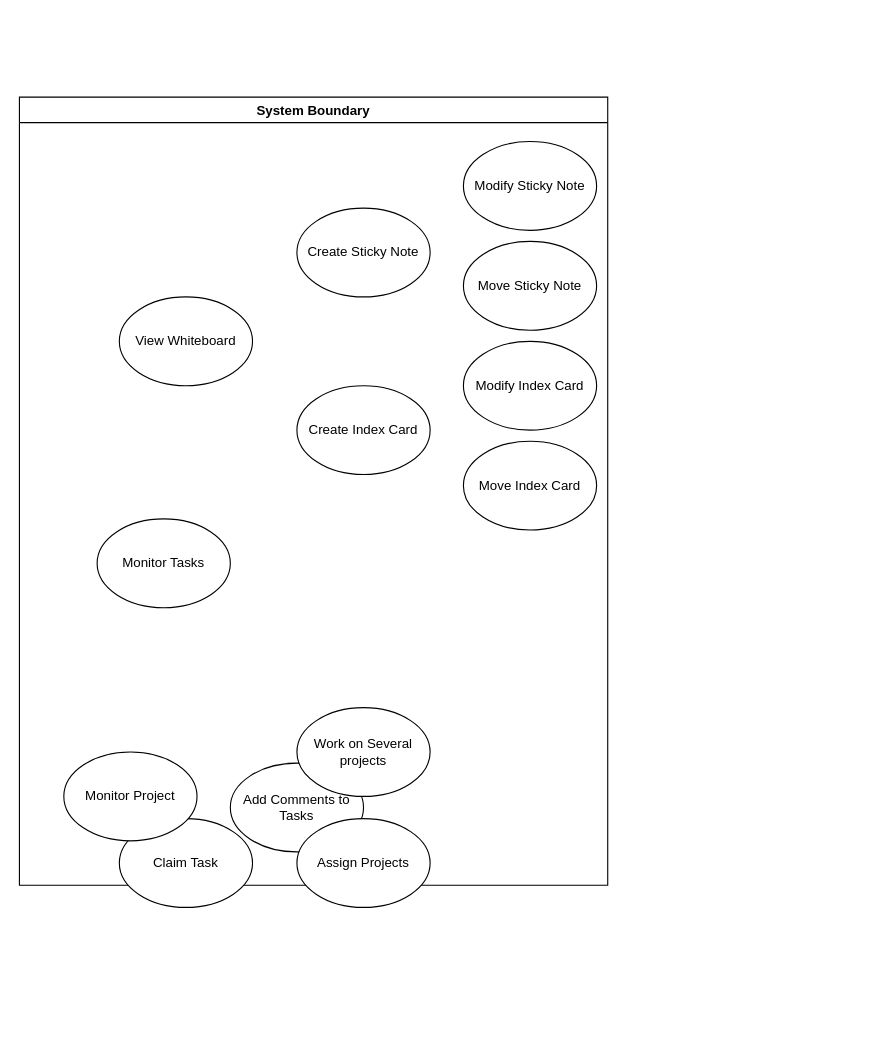
The draw.io diagram Untitled Diagram.drawio in ChessPR/BrdPL, before the edit. Source tidied: cells renumbered, new cells numbered last; positions are measured from the earlier drawing's top-left corner, leaving out a move shared by most shapes. Both pictures are drawn from the tidied source at 111%, with x=0, y=0 at pixel (19, 97).
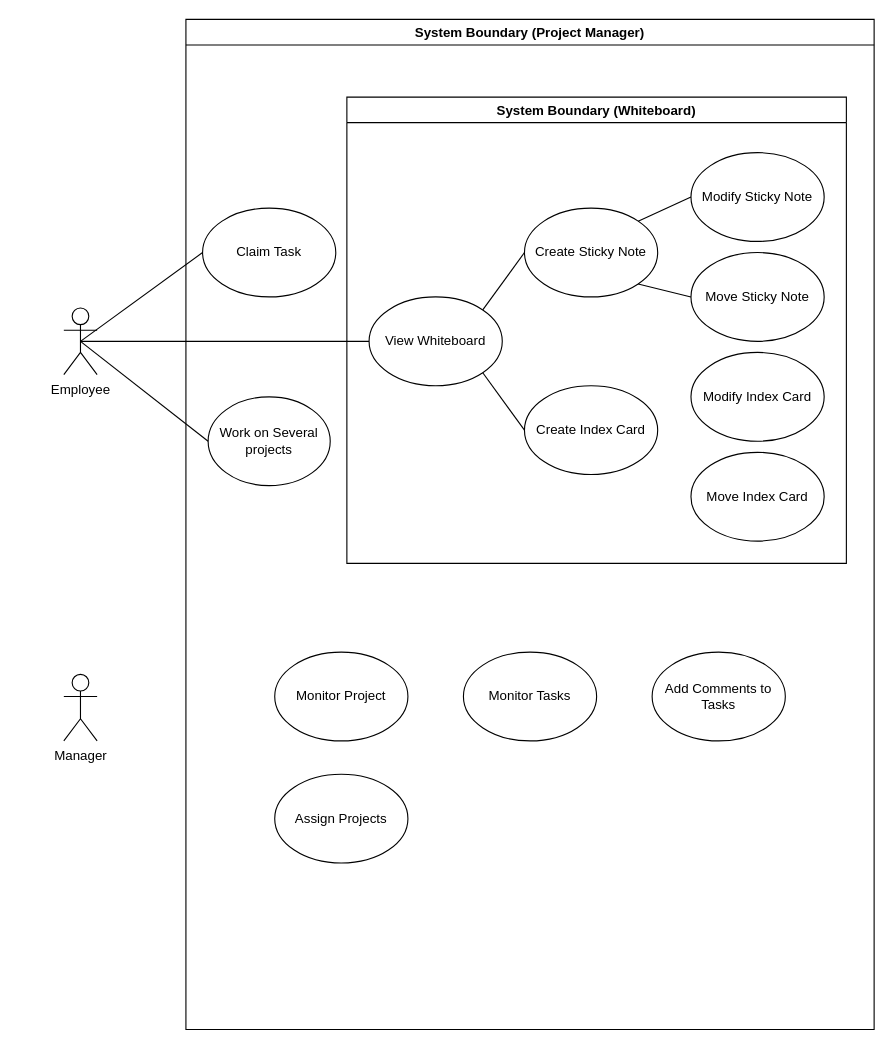
Above is the later version.

Diff of the diagram source:
```diff
@@
+    <mxCell id="16" value="System Boundary (Project Manager)" style="swimlane;" parent="1" vertex="1">
+      <mxGeometry x="150" y="-70" width="620" height="910" as="geometry" />
+    </mxCell>
+    <mxCell id="15" value="Monitor Project" style="ellipse;whiteSpace=wrap;html=1;" parent="16" vertex="1">
+      <mxGeometry x="80" y="570" width="120" height="80" as="geometry" />
+    </mxCell>
+    <mxCell id="10" value="Monitor Tasks" style="ellipse;whiteSpace=wrap;html=1;" parent="16" vertex="1">
+      <mxGeometry x="250" y="570" width="120" height="80" as="geometry" />
+    </mxCell>
+    <mxCell id="11" value="Add Comments to Tasks" style="ellipse;whiteSpace=wrap;html=1;" parent="16" vertex="1">
+      <mxGeometry x="420" y="570" width="120" height="80" as="geometry" />
+    </mxCell>
+    <mxCell id="14" value="Assign Projects" style="ellipse;whiteSpace=wrap;html=1;" parent="16" vertex="1">
+      <mxGeometry x="80" y="680" width="120" height="80" as="geometry" />
+    </mxCell>
+    <mxCell id="13" value="Work on Several projects" style="ellipse;whiteSpace=wrap;html=1;" parent="16" vertex="1">
+      <mxGeometry x="20" y="340" width="110" height="80" as="geometry" />
+    </mxCell>
+    <mxCell id="12" value="Claim Task" style="ellipse;whiteSpace=wrap;html=1;" parent="16" vertex="1">
+      <mxGeometry x="15" y="170" width="120" height="80" as="geometry" />
+    </mxCell>
-    <mxCell id="2" value="System Boundary" style="swimlane;startSize=23;" parent="1" vertex="1">
-      <mxGeometry width="530" height="710" as="geometry" />
+    <mxCell id="2" value="System Boundary (Whiteboard)" style="swimlane;startSize=23;" parent="16" vertex="1">
+      <mxGeometry x="145" y="70" width="450" height="420" as="geometry" />
     </mxCell>
     <mxCell id="3" value="Create Index Card" style="ellipse;whiteSpace=wrap;html=1;" parent="2" vertex="1">
-      <mxGeometry x="250" y="260" width="120" height="80" as="geometry" />
+      <mxGeometry x="160" y="260" width="120" height="80" as="geometry" />
     </mxCell>
     <mxCell id="4" value="Move Sticky Note" style="ellipse;whiteSpace=wrap;html=1;" parent="2" vertex="1">
-      <mxGeometry x="400" y="130" width="120" height="80" as="geometry" />
+      <mxGeometry x="310" y="140" width="120" height="80" as="geometry" />
     </mxCell>
     <mxCell id="5" value="Move Index Card" style="ellipse;whiteSpace=wrap;html=1;" parent="2" vertex="1">
-      <mxGeometry x="400" y="310" width="120" height="80" as="geometry" />
+      <mxGeometry x="310" y="320" width="120" height="80" as="geometry" />
     </mxCell>
     <mxCell id="6" value="Create Sticky Note" style="ellipse;whiteSpace=wrap;html=1;" parent="2" vertex="1">
-      <mxGeometry x="250" y="100" width="120" height="80" as="geometry" />
+      <mxGeometry x="160" y="100" width="120" height="80" as="geometry" />
     </mxCell>
     <mxCell id="7" value="Modify Sticky Note" style="ellipse;whiteSpace=wrap;html=1;" parent="2" vertex="1">
-      <mxGeometry x="400" y="40" width="120" height="80" as="geometry" />
+      <mxGeometry x="310" y="50" width="120" height="80" as="geometry" />
     </mxCell>
     <mxCell id="8" value="Modify Index Card" style="ellipse;whiteSpace=wrap;html=1;" parent="2" vertex="1">
-      <mxGeometry x="400" y="220" width="120" height="80" as="geometry" />
+      <mxGeometry x="310" y="230" width="120" height="80" as="geometry" />
     </mxCell>
     <mxCell id="9" value="View Whiteboard" style="ellipse;whiteSpace=wrap;html=1;" parent="2" vertex="1">
-      <mxGeometry x="90" y="180" width="120" height="80" as="geometry" />
+      <mxGeometry x="20" y="180" width="120" height="80" as="geometry" />
     </mxCell>
-    <mxCell id="10" value="Monitor Tasks" style="ellipse;whiteSpace=wrap;html=1;" parent="2" vertex="1">
-      <mxGeometry x="70" y="380" width="120" height="80" as="geometry" />
-    </mxCell>
-    <mxCell id="11" value="Add Comments to Tasks" style="ellipse;whiteSpace=wrap;html=1;" parent="2" vertex="1">
-      <mxGeometry x="190" y="600" width="120" height="80" as="geometry" />
-    </mxCell>
-    <mxCell id="12" value="Claim Task" style="ellipse;whiteSpace=wrap;html=1;" parent="2" vertex="1">
-      <mxGeometry x="90" y="650" width="120" height="80" as="geometry" />
-    </mxCell>
-    <mxCell id="13" value="Work on Several projects" style="ellipse;whiteSpace=wrap;html=1;" parent="2" vertex="1">
-      <mxGeometry x="250" y="550" width="120" height="80" as="geometry" />
-    </mxCell>
-    <mxCell id="14" value="Assign Projects" style="ellipse;whiteSpace=wrap;html=1;" parent="2" vertex="1">
-      <mxGeometry x="250" y="650" width="120" height="80" as="geometry" />
-    </mxCell>
-    <mxCell id="15" value="Monitor Project" style="ellipse;whiteSpace=wrap;html=1;" parent="2" vertex="1">
-      <mxGeometry x="40" y="590" width="120" height="80" as="geometry" />
-    </mxCell>
+    <mxCell id="17" style="endArrow=none;html=1;exitX=1;exitY=0;exitDx=0;exitDy=0;entryX=0;entryY=0.5;entryDx=0;entryDy=0;" parent="2" edge="1" source="9" target="6">
+      <mxGeometry relative="1" as="geometry" />
+    </mxCell>
+    <mxCell id="18" style="endArrow=none;html=1;exitX=1;exitY=1;exitDx=0;exitDy=0;entryX=0;entryY=0.5;entryDx=0;entryDy=0;" parent="2" edge="1" source="9" target="3">
+      <mxGeometry relative="1" as="geometry" />
+    </mxCell>
+    <mxCell id="19" style="endArrow=none;html=1;entryX=0;entryY=0.5;entryDx=0;entryDy=0;exitX=1;exitY=0;exitDx=0;exitDy=0;" parent="2" edge="1" source="6" target="7">
+      <mxGeometry relative="1" as="geometry" />
+    </mxCell>
+    <mxCell id="20" style="endArrow=none;html=1;exitX=1;exitY=1;exitDx=0;exitDy=0;entryX=0;entryY=0.5;entryDx=0;entryDy=0;" parent="2" edge="1" source="6" target="4">
+      <mxGeometry relative="1" as="geometry" />
+    </mxCell>
+    <mxCell id="21" value="Employee" style="shape=umlActor;verticalLabelPosition=bottom;verticalAlign=top;html=1;outlineConnect=0;" parent="1" vertex="1">
+      <mxGeometry x="40" y="190" width="30" height="60" as="geometry" />
+    </mxCell>
+    <mxCell id="22" value="Manager" style="shape=umlActor;verticalLabelPosition=bottom;verticalAlign=top;html=1;" parent="1" vertex="1">
+      <mxGeometry x="40" y="520" width="30" height="60" as="geometry" />
+    </mxCell>
+    <mxCell id="23" style="endArrow=none;html=1;entryX=0;entryY=0.5;entryDx=0;entryDy=0;exitX=0.5;exitY=0.5;exitDx=0;exitDy=0;exitPerimeter=0;" parent="1" edge="1" source="21" target="9">
+      <mxGeometry relative="1" as="geometry" />
+    </mxCell>
+    <mxCell id="24" style="endArrow=none;html=1;exitX=0.5;exitY=0.5;exitDx=0;exitDy=0;exitPerimeter=0;entryX=0;entryY=0.5;entryDx=0;entryDy=0;" parent="1" edge="1" source="21" target="12">
+      <mxGeometry relative="1" as="geometry" />
+    </mxCell>
+    <mxCell id="25" style="endArrow=none;html=1;exitX=0.5;exitY=0.5;exitDx=0;exitDy=0;exitPerimeter=0;entryX=0;entryY=0.5;entryDx=0;entryDy=0;" parent="1" edge="1" source="21" target="13">
+      <mxGeometry relative="1" as="geometry" />
+    </mxCell>
```
